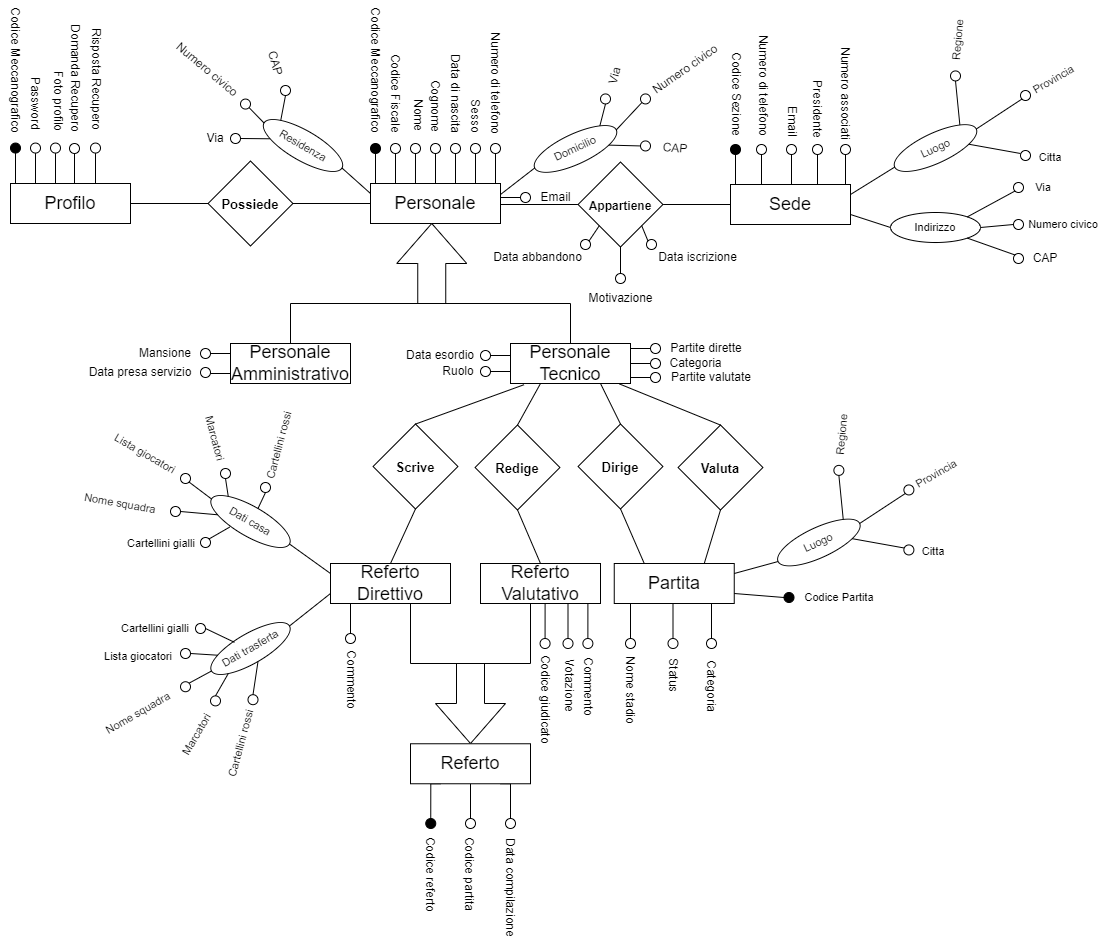
Earlier version of the draw.io export ERDiagram/WhistleER.drawio.png (savernike/DiagramsSet). Source tidied: cells renumbered, new cells last; positions are measured from the earlier drawing's top-left corner, leaving out a move shared by most shapes.
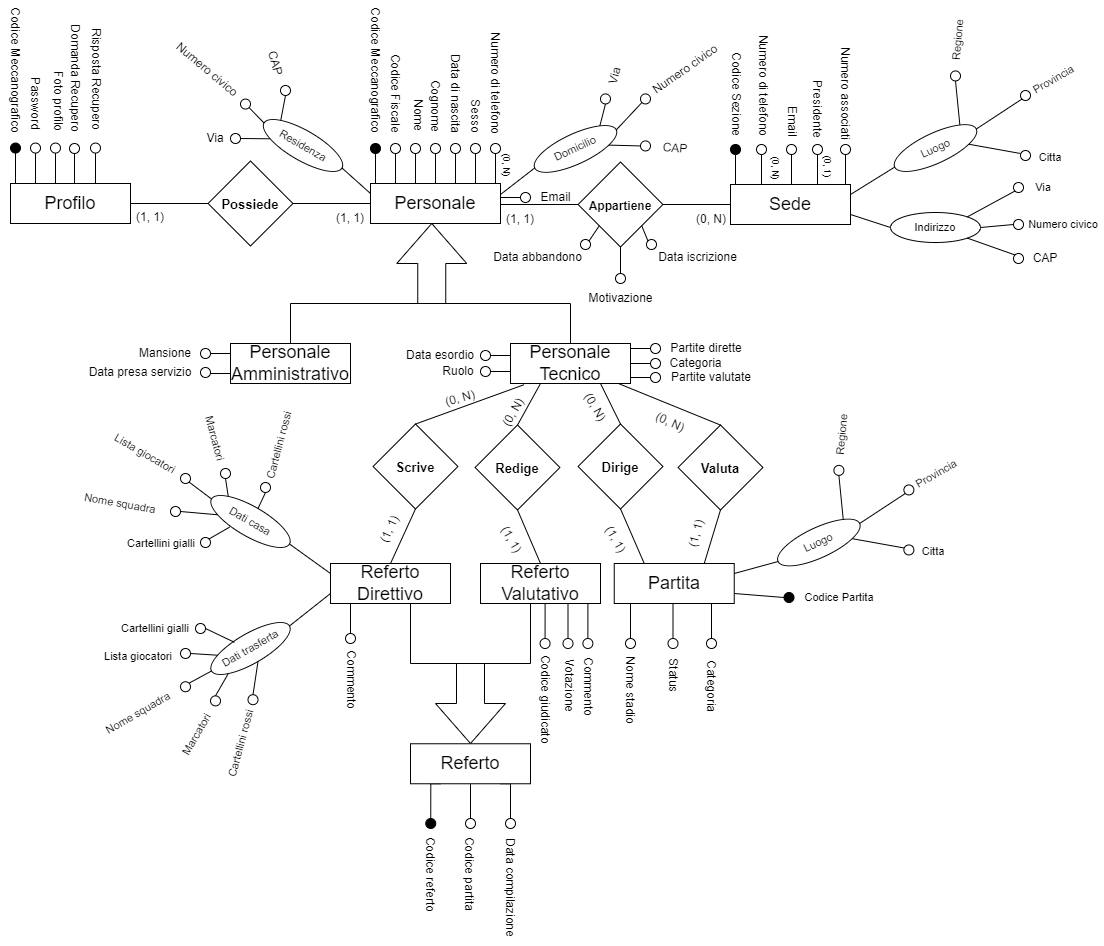
After the commit.

Commit message:
Aggiunta cardinalità

What changed in the source:
```diff
@@ -739,5 +739,50 @@
     <mxCell id="244" value="Cartellini rossi" style="text;strokeColor=none;align=center;fillColor=none;html=1;verticalAlign=middle;whiteSpace=wrap;rounded=0;fontSize=11;fontFamily=Helvetica;fontColor=default;rotation=-75;" parent="1" vertex="1">
       <mxGeometry x="283" y="406" width="101.5" height="30" as="geometry" />
     </mxCell>
+    <mxCell id="245" value="(1, 1)" style="text;strokeColor=none;align=center;fillColor=none;html=1;verticalAlign=middle;whiteSpace=wrap;rounded=0;rotation=0;" parent="1" vertex="1">
+      <mxGeometry x="384.5" y="179" width="40" height="30" as="geometry" />
+    </mxCell>
+    <mxCell id="246" value="(1, 1)" style="text;strokeColor=none;align=center;fillColor=none;html=1;verticalAlign=middle;whiteSpace=wrap;rounded=0;rotation=0;" parent="1" vertex="1">
+      <mxGeometry x="185" y="178" width="40" height="30" as="geometry" />
+    </mxCell>
+    <mxCell id="247" value="(1, 1)" style="text;strokeColor=none;align=center;fillColor=none;html=1;verticalAlign=middle;whiteSpace=wrap;rounded=0;rotation=0;" parent="1" vertex="1">
+      <mxGeometry x="555" y="180" width="40" height="30" as="geometry" />
+    </mxCell>
+    <mxCell id="248" value="(0, N)" style="text;strokeColor=none;align=center;fillColor=none;html=1;verticalAlign=middle;whiteSpace=wrap;rounded=0;rotation=0;" parent="1" vertex="1">
+      <mxGeometry x="746" y="180" width="40" height="30" as="geometry" />
+    </mxCell>
+    <mxCell id="249" value="&lt;font style=&quot;font-size: 9px;&quot;&gt;(0, N)&lt;/font&gt;" style="text;strokeColor=none;align=center;fillColor=none;html=1;verticalAlign=middle;whiteSpace=wrap;rounded=0;rotation=90;" parent="1" vertex="1">
+      <mxGeometry x="542" y="126" width="40" height="30" as="geometry" />
+    </mxCell>
+    <mxCell id="250" value="&lt;font style=&quot;font-size: 9px;&quot;&gt;(0, N)&lt;/font&gt;" style="text;strokeColor=none;align=center;fillColor=none;html=1;verticalAlign=middle;whiteSpace=wrap;rounded=0;rotation=90;" parent="1" vertex="1">
+      <mxGeometry x="811" y="129" width="40" height="30" as="geometry" />
+    </mxCell>
+    <mxCell id="251" value="&lt;font style=&quot;font-size: 9px;&quot;&gt;(0, 1)&lt;/font&gt;" style="text;strokeColor=none;align=center;fillColor=none;html=1;verticalAlign=middle;whiteSpace=wrap;rounded=0;rotation=90;" parent="1" vertex="1">
+      <mxGeometry x="863.1" y="128" width="40" height="30" as="geometry" />
+    </mxCell>
+    <mxCell id="252" value="(0, N)" style="text;strokeColor=none;align=center;fillColor=none;html=1;verticalAlign=middle;whiteSpace=wrap;rounded=0;rotation=-15;" parent="1" vertex="1">
+      <mxGeometry x="495" y="359" width="40" height="30" as="geometry" />
+    </mxCell>
+    <mxCell id="253" value="(1, 1)" style="text;strokeColor=none;align=center;fillColor=none;html=1;verticalAlign=middle;whiteSpace=wrap;rounded=0;rotation=-65;" parent="1" vertex="1">
+      <mxGeometry x="424.5" y="490.4" width="40" height="30" as="geometry" />
+    </mxCell>
+    <mxCell id="254" value="(0, N)" style="text;strokeColor=none;align=center;fillColor=none;html=1;verticalAlign=middle;whiteSpace=wrap;rounded=0;rotation=-60;" parent="1" vertex="1">
+      <mxGeometry x="548" y="373" width="40" height="30" as="geometry" />
+    </mxCell>
+    <mxCell id="255" value="(0, N)" style="text;strokeColor=none;align=center;fillColor=none;html=1;verticalAlign=middle;whiteSpace=wrap;rounded=0;rotation=60;" parent="1" vertex="1">
+      <mxGeometry x="630" y="368" width="40" height="30" as="geometry" />
+    </mxCell>
+    <mxCell id="256" value="(0, N)" style="text;strokeColor=none;align=center;fillColor=none;html=1;verticalAlign=middle;whiteSpace=wrap;rounded=0;rotation=25;" parent="1" vertex="1">
+      <mxGeometry x="705" y="383" width="40" height="30" as="geometry" />
+    </mxCell>
+    <mxCell id="257" value="(1, 1)" style="text;strokeColor=none;align=center;fillColor=none;html=1;verticalAlign=middle;whiteSpace=wrap;rounded=0;rotation=60;" parent="1" vertex="1">
+      <mxGeometry x="545.9" y="500.4" width="40" height="30" as="geometry" />
+    </mxCell>
+    <mxCell id="258" value="(1, 1)" style="text;strokeColor=none;align=center;fillColor=none;html=1;verticalAlign=middle;whiteSpace=wrap;rounded=0;rotation=60;" parent="1" vertex="1">
+      <mxGeometry x="650" y="500.4" width="40" height="30" as="geometry" />
+    </mxCell>
+    <mxCell id="259" value="(1, 1)" style="text;strokeColor=none;align=center;fillColor=none;html=1;verticalAlign=middle;whiteSpace=wrap;rounded=0;rotation=-75;" parent="1" vertex="1">
+      <mxGeometry x="731" y="494" width="40" height="30" as="geometry" />
+    </mxCell>
   </root>
 </mxGraphModel>
```
